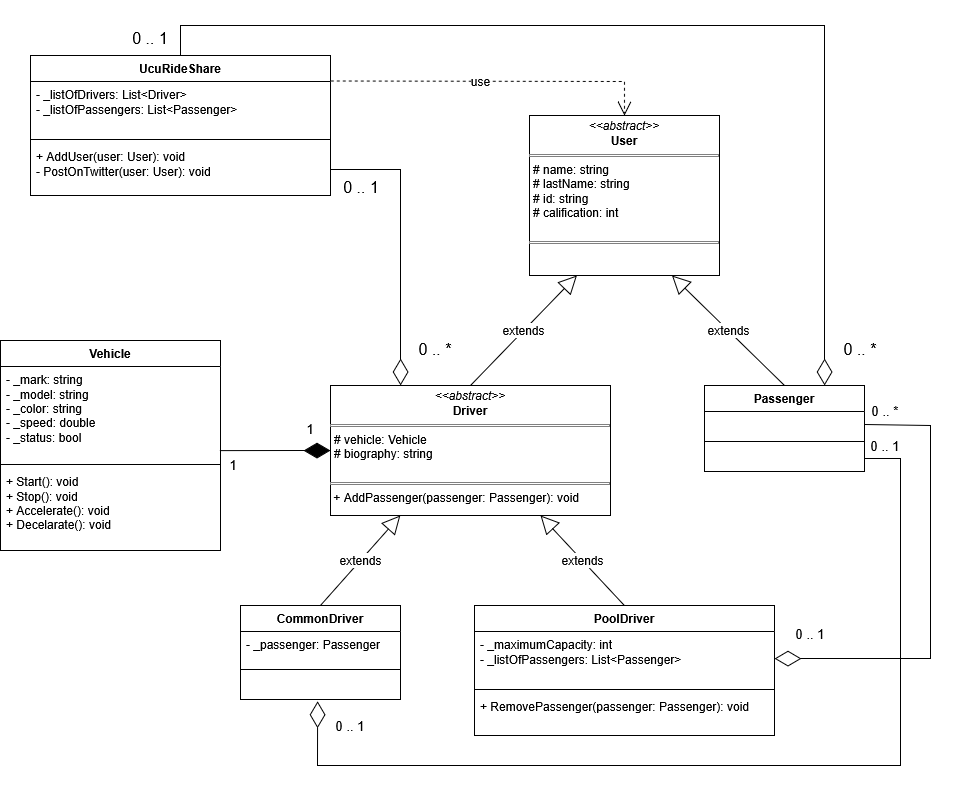
Earlier version of the draw.io export docs/UML_Class_Diagram.png (axelferreira100/PII_Herencia_Ejercicio_Start). Source tidied: cells renumbered, new cells last; positions are measured from the earlier drawing's top-left corner, leaving out a move shared by most shapes.
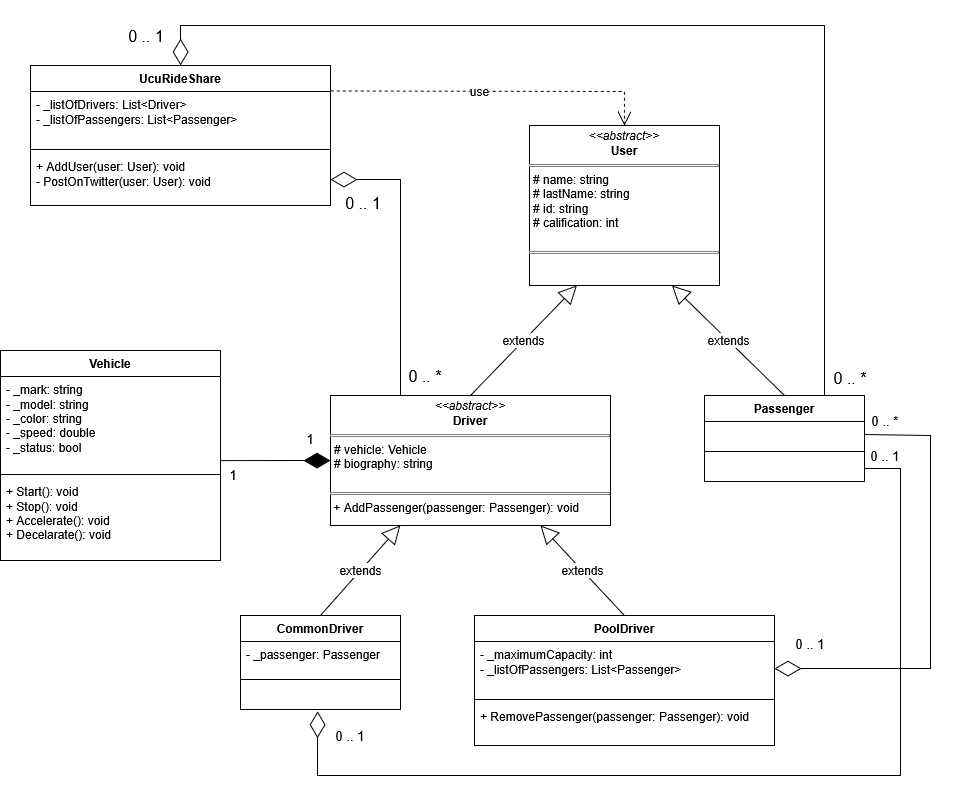
After the commit.

Commit message:
New version of the UML Class Diagram.

Change to the diagram source:
```diff
@@ -118,7 +118,7 @@
     <mxCell id="36" value="&lt;font style=&quot;font-size: 13px;&quot;&gt;1&lt;/font&gt;" style="text;html=1;whiteSpace=wrap;strokeColor=none;fillColor=none;align=center;verticalAlign=middle;rounded=0;fontSize=16;" parent="1" vertex="1">
       <mxGeometry x="223" y="431" width="20" height="15" as="geometry" />
     </mxCell>
-    <mxCell id="37" style="endArrow=diamondThin;endFill=0;endSize=24;html=1;rounded=0;fontSize=12;curved=0;exitX=1;exitY=0.5;exitDx=0;exitDy=0;entryX=0.25;entryY=0;entryDx=0;entryDy=0;" parent="1" edge="1" source="25" target="12">
+    <mxCell id="37" style="endArrow=diamondThin;endFill=0;endSize=24;html=1;rounded=0;fontSize=12;curved=0;entryX=1;entryY=0.5;entryDx=0;entryDy=0;startArrow=none;startFill=0;exitX=0.25;exitY=0;exitDx=0;exitDy=0;" parent="1" edge="1" source="12" target="25">
       <mxGeometry relative="1" as="geometry">
         <Array as="points">
           <mxPoint x="400" y="144" />
@@ -132,25 +132,25 @@
         </Array>
       </mxGeometry>
     </mxCell>
-    <mxCell id="39" style="endArrow=diamondThin;endFill=0;endSize=24;html=1;rounded=0;fontSize=12;curved=0;exitX=0.5;exitY=0;exitDx=0;exitDy=0;entryX=0.75;entryY=0;entryDx=0;entryDy=0;" parent="1" edge="1" source="22" target="2">
+    <mxCell id="39" style="endArrow=diamondThin;endFill=0;endSize=24;html=1;rounded=0;fontSize=12;curved=0;entryX=0.5;entryY=0;entryDx=0;entryDy=0;exitX=0.75;exitY=0;exitDx=0;exitDy=0;" parent="1" edge="1" source="2" target="22">
       <mxGeometry relative="1" as="geometry">
         <Array as="points">
-          <mxPoint x="180" />
-          <mxPoint x="824" />
+          <mxPoint x="824" y="-10" />
+          <mxPoint x="180" y="-10" />
         </Array>
       </mxGeometry>
     </mxCell>
     <mxCell id="40" value="0 .. 1" style="text;html=1;whiteSpace=wrap;strokeColor=none;fillColor=none;align=center;verticalAlign=middle;rounded=0;fontSize=16;" parent="1" vertex="1">
-      <mxGeometry x="336" y="153" width="50" height="18" as="geometry" />
+      <mxGeometry x="338" y="159" width="50" height="18" as="geometry" />
     </mxCell>
     <mxCell id="41" value="0 .. *" style="text;html=1;whiteSpace=wrap;strokeColor=none;fillColor=none;align=center;verticalAlign=middle;rounded=0;fontSize=16;" parent="1" vertex="1">
-      <mxGeometry x="410" y="315" width="50" height="18" as="geometry" />
+      <mxGeometry x="400" y="332" width="50" height="18" as="geometry" />
     </mxCell>
     <mxCell id="42" value="0 .. 1" style="text;html=1;whiteSpace=wrap;strokeColor=none;fillColor=none;align=center;verticalAlign=middle;rounded=0;fontSize=16;" parent="1" vertex="1">
-      <mxGeometry x="130" y="4" width="40" height="18" as="geometry" />
+      <mxGeometry x="126" y="-8" width="40" height="18" as="geometry" />
     </mxCell>
     <mxCell id="43" value="0 .. *" style="text;html=1;whiteSpace=wrap;strokeColor=none;fillColor=none;align=center;verticalAlign=middle;rounded=0;fontSize=16;" parent="1" vertex="1">
-      <mxGeometry x="840" y="315" width="40" height="18" as="geometry" />
+      <mxGeometry x="830" y="334" width="40" height="18" as="geometry" />
     </mxCell>
   </root>
 </mxGraphModel>
```
